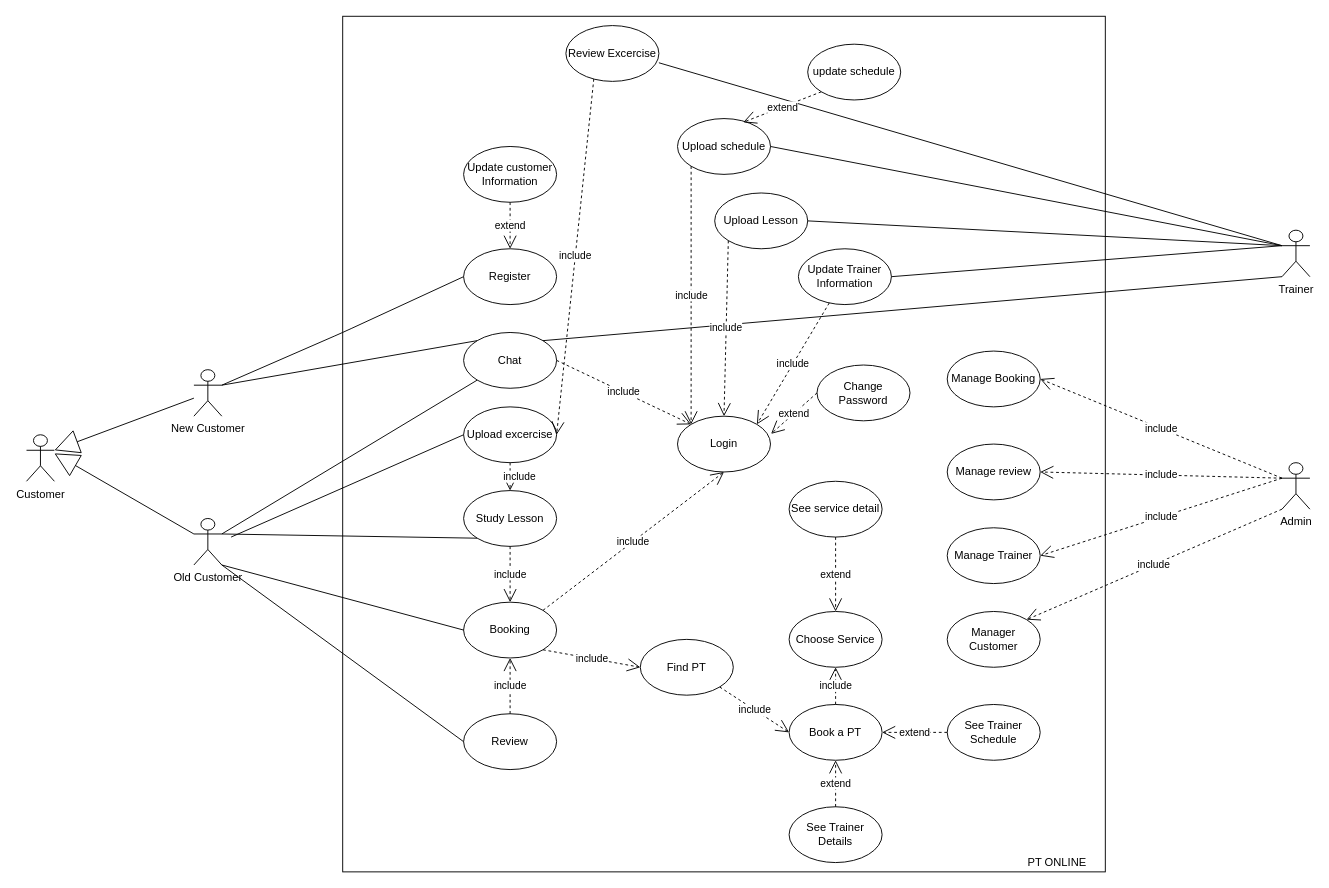
The draw.io diagram Untitled Diagram.drawio in caoquy2000/DBI, before the edit. Source tidied: cells renumbered, new cells numbered last; positions are measured from the earlier drawing's top-left corner, leaving out a move shared by most shapes. Both pictures are drawn from the tidied source at 93%, with x=0, y=0 at pixel (26, 16).
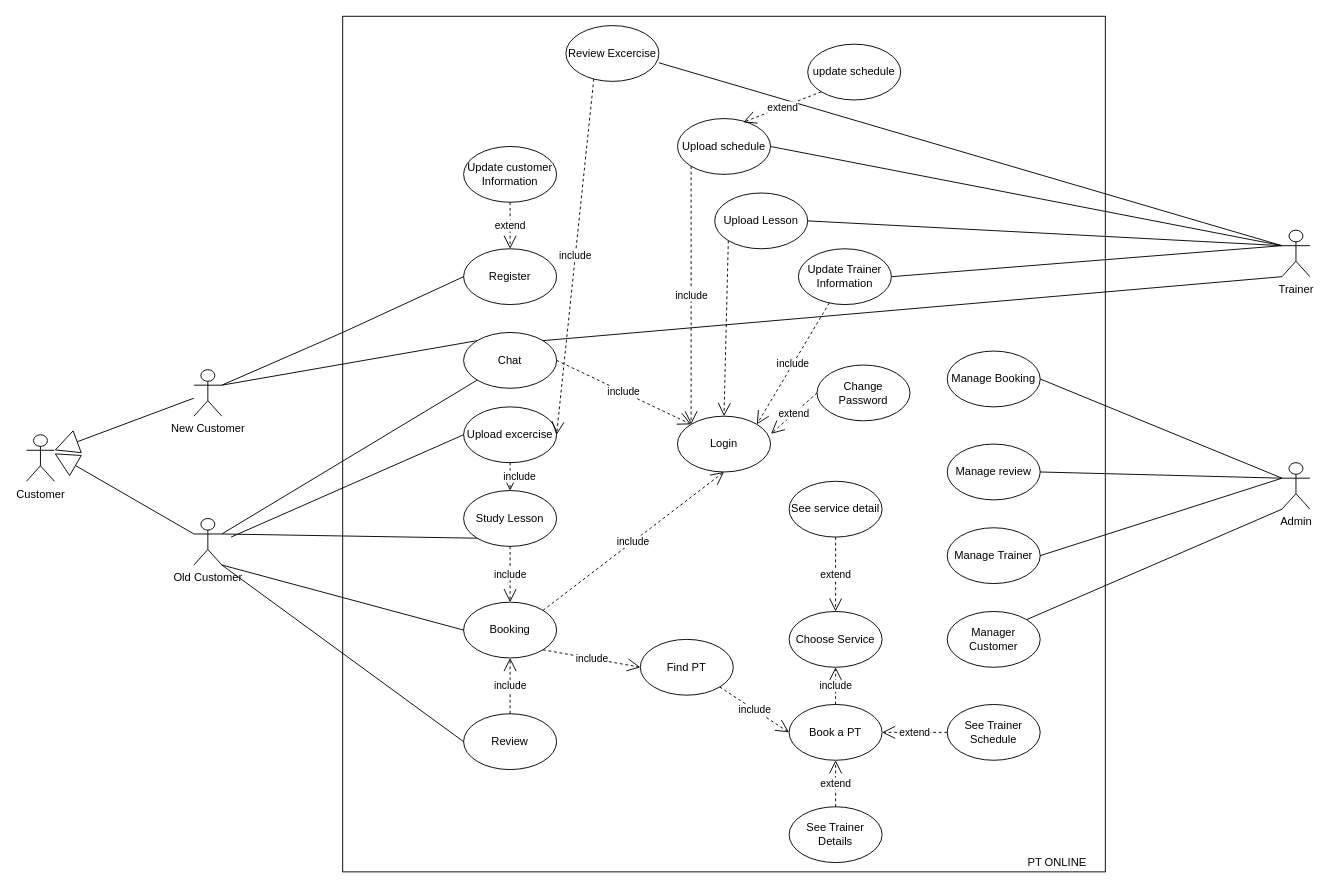
After the change.

The change refers to these unchanged cells:
```xml
<mxCell id="9" value="Admin" style="shape=umlActor;verticalLabelPosition=bottom;verticalAlign=top;html=1;labelPosition=center;align=center;" parent="1" vertex="1">
  <mxGeometry x="1350" y="480" width="30" height="50" as="geometry" />
</mxCell>
<mxCell id="12" value="Upload Lesson" style="ellipse;whiteSpace=wrap;html=1;" parent="1" vertex="1">
  <mxGeometry x="740" y="190" width="100" height="60" as="geometry" />
</mxCell>
<mxCell id="13" value="Login" style="ellipse;whiteSpace=wrap;html=1;" parent="1" vertex="1">
  <mxGeometry x="700" y="430" width="100" height="60" as="geometry" />
</mxCell>
<mxCell id="16" value="Manage review" style="ellipse;whiteSpace=wrap;html=1;" parent="1" vertex="1">
  <mxGeometry x="990" y="460" width="100" height="60" as="geometry" />
</mxCell>
<mxCell id="17" value="Manage Booking" style="ellipse;whiteSpace=wrap;html=1;" parent="1" vertex="1">
  <mxGeometry x="990" y="360" width="100" height="60" as="geometry" />
</mxCell>
<mxCell id="18" value="Manage Trainer" style="ellipse;whiteSpace=wrap;html=1;" parent="1" vertex="1">
  <mxGeometry x="990" y="550" width="100" height="60" as="geometry" />
</mxCell>
<mxCell id="19" value="Manager Customer" style="ellipse;whiteSpace=wrap;html=1;" parent="1" vertex="1">
  <mxGeometry x="990" y="640" width="100" height="60" as="geometry" />
</mxCell>
```

What changed in the source:
```diff
@@
-    <mxCell id="29" value="include" style="endArrow=open;endSize=12;dashed=1;html=1;exitX=0;exitY=1;exitDx=0;exitDy=0;exitPerimeter=0;entryX=1;entryY=0;entryDx=0;entryDy=0;" parent="1" edge="1" source="9" target="19">
+    <mxCell id="29" style="endArrow=none;endSize=12;html=1;exitX=0;exitY=1;exitDx=0;exitDy=0;exitPerimeter=0;entryX=1;entryY=0;entryDx=0;entryDy=0;endFill=0;" parent="1" edge="1" source="9" target="19">
       <mxGeometry relative="1" as="geometry" />
     </mxCell>
-    <mxCell id="30" value="include" style="endArrow=open;endSize=12;dashed=1;html=1;exitX=0;exitY=0.3333333333333333;exitDx=0;exitDy=0;exitPerimeter=0;entryX=1;entryY=0.5;entryDx=0;entryDy=0;" parent="1" edge="1" source="9" target="18">
+    <mxCell id="30" style="endArrow=none;endSize=12;html=1;exitX=0;exitY=0.3333333333333333;exitDx=0;exitDy=0;exitPerimeter=0;entryX=1;entryY=0.5;entryDx=0;entryDy=0;endFill=0;" parent="1" edge="1" source="9" target="18">
       <mxGeometry relative="1" as="geometry" />
     </mxCell>
-    <mxCell id="31" value="include" style="endArrow=open;endSize=12;dashed=1;html=1;exitX=0;exitY=0.3333333333333333;exitDx=0;exitDy=0;exitPerimeter=0;entryX=1;entryY=0.5;entryDx=0;entryDy=0;" parent="1" edge="1" source="9" target="16">
+    <mxCell id="31" style="endArrow=none;endSize=12;html=1;exitX=0;exitY=0.3333333333333333;exitDx=0;exitDy=0;exitPerimeter=0;entryX=1;entryY=0.5;entryDx=0;entryDy=0;endFill=0;" parent="1" edge="1" source="9" target="16">
       <mxGeometry relative="1" as="geometry" />
     </mxCell>
-    <mxCell id="32" value="include" style="endArrow=open;endSize=12;dashed=1;html=1;exitX=0;exitY=0.3333333333333333;exitDx=0;exitDy=0;exitPerimeter=0;entryX=1;entryY=0.5;entryDx=0;entryDy=0;" parent="1" edge="1" source="9" target="17">
-      <mxGeometry relative="1" as="geometry" />
+    <mxCell id="32" style="endArrow=none;endSize=12;html=1;exitX=0;exitY=0.3333333333333333;exitDx=0;exitDy=0;exitPerimeter=0;entryX=1;entryY=0.5;entryDx=0;entryDy=0;endFill=0;" parent="1" edge="1" source="9" target="17">
+      <mxGeometry x="-0.06" y="-7" relative="1" as="geometry" />
     </mxCell>
@@
-    <mxCell id="47" value="include" style="endArrow=open;endSize=12;dashed=1;html=1;exitX=0;exitY=1;exitDx=0;exitDy=0;entryX=0.5;entryY=0;entryDx=0;entryDy=0;" parent="1" edge="1" source="12" target="13">
+    <mxCell id="47" style="endArrow=open;endSize=12;dashed=1;html=1;exitX=0;exitY=1;exitDx=0;exitDy=0;entryX=0.5;entryY=0;entryDx=0;entryDy=0;" parent="1" edge="1" source="12" target="13">
       <mxGeometry relative="1" as="geometry" />
     </mxCell>
```
